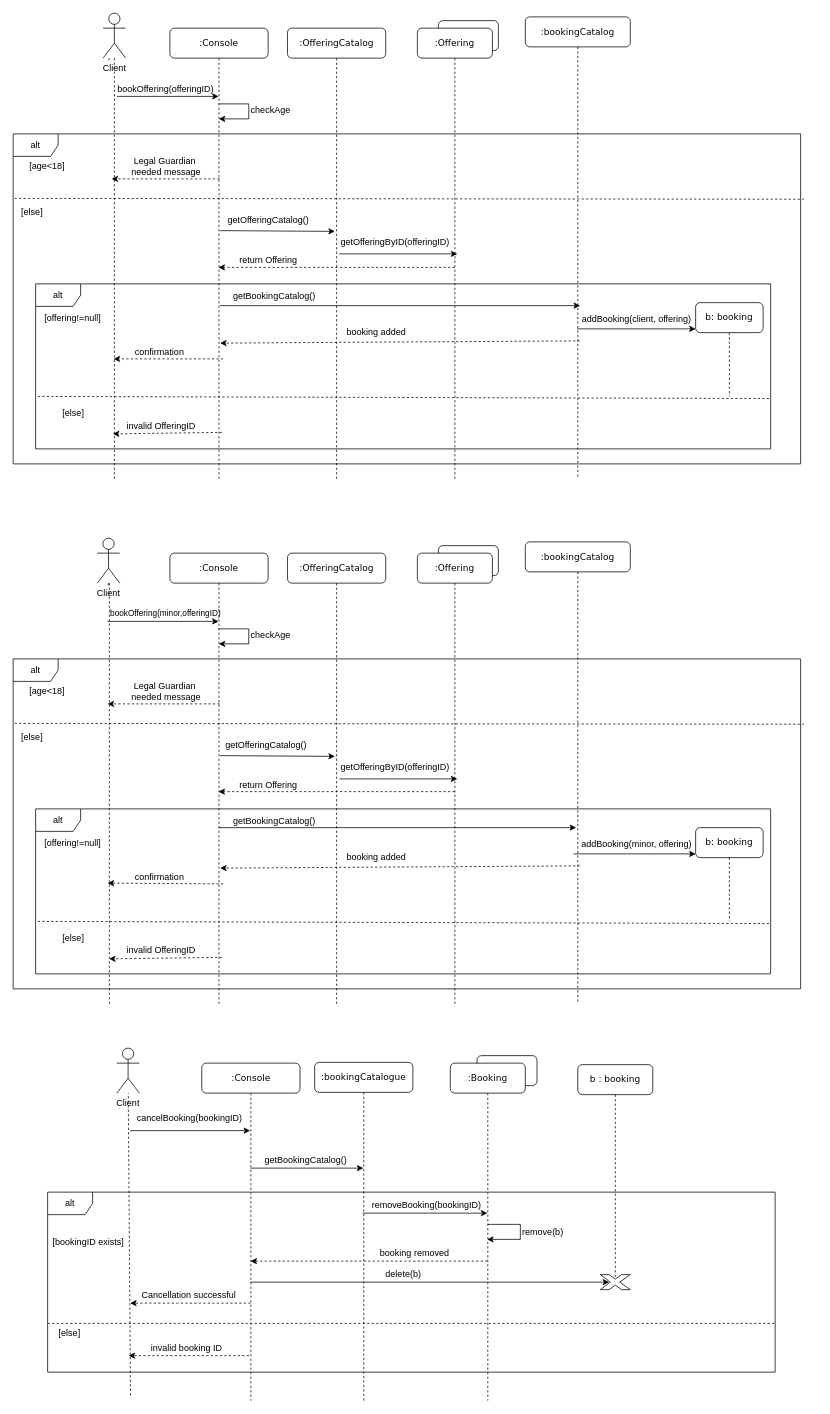
Earlier version of the draw.io diagram iteration 3/drawio files for the artifacts/InteractionDiagram_Process_Bookings.drawio (codedsami/SOEN-342-Project). Source tidied: cells renumbered, new cells numbered last; positions are measured from the earlier drawing's top-left corner, leaving out a move shared by most shapes. Both pictures are drawn from the tidied source at 75%, with x=0, y=0 at pixel (13, 13).
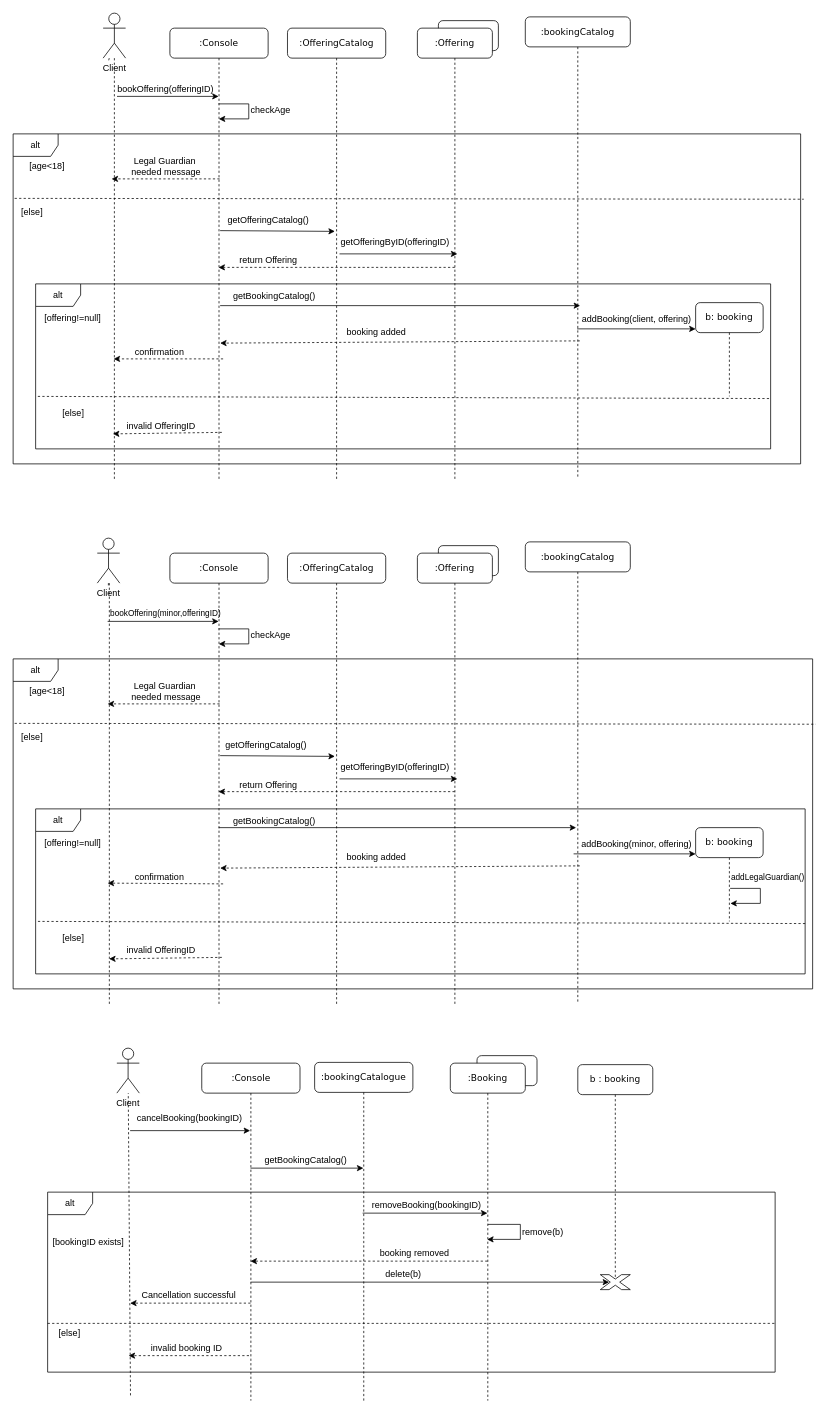
Above is the later version.

Unchanged cells that the change refers to:
```xml
<mxCell id="78" value="b: booking" style="shape=umlLifeline;perimeter=lifelinePerimeter;whiteSpace=wrap;html=1;rounded=1;shadow=0;comic=0;labelBackgroundColor=none;strokeWidth=1;fontFamily=Verdana;fontSize=12;align=center;" parent="1" vertex="1">
  <mxGeometry x="910" y="1086" width="90" height="125" as="geometry" />
</mxCell>
```

Change to the diagram source:
```diff
@@
     <mxCell id="65" value="alt" style="shape=umlFrame;whiteSpace=wrap;html=1;" parent="1" vertex="1">
-      <mxGeometry y="861" width="1050" height="440" as="geometry" />
+      <mxGeometry y="861" width="1066" height="440" as="geometry" />
     </mxCell>
@@
     <mxCell id="75" value="alt" style="shape=umlFrame;whiteSpace=wrap;html=1;" parent="1" vertex="1">
-      <mxGeometry x="30" y="1061" width="980" height="220" as="geometry" />
+      <mxGeometry x="30" y="1061" width="1026" height="220" as="geometry" />
     </mxCell>
@@
+    <mxCell id="108" style="endArrow=classic;html=1;rounded=0;" parent="78" edge="1">
+      <mxGeometry relative="1" as="geometry">
+        <mxPoint x="46" y="81" as="sourcePoint" />
+        <mxPoint x="46.3" y="101" as="targetPoint" />
+        <Array as="points">
+          <mxPoint x="86.3" y="81" />
+          <mxPoint x="86.3" y="101" />
+        </Array>
+      </mxGeometry>
+    </mxCell>
@@
+    <mxCell id="109" value="&lt;font style=&quot;font-size: 11px;&quot;&gt;addLegalGuardian()&lt;/font&gt;" style="text;html=1;align=center;verticalAlign=middle;strokeColor=none;fillColor=none;" parent="1" vertex="1">
+      <mxGeometry x="946" y="1137" width="120" height="30" as="geometry" />
+    </mxCell>
```
